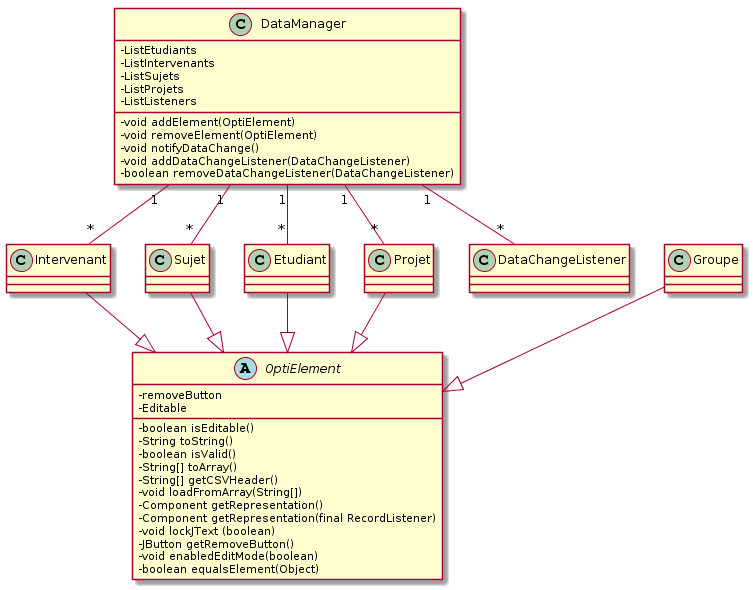
Earlier version of the PlantUML export sprint_5/srcdoc/images/HierachyClassSprint3.png (IUT-Blagnac/MPA2014G1B1).
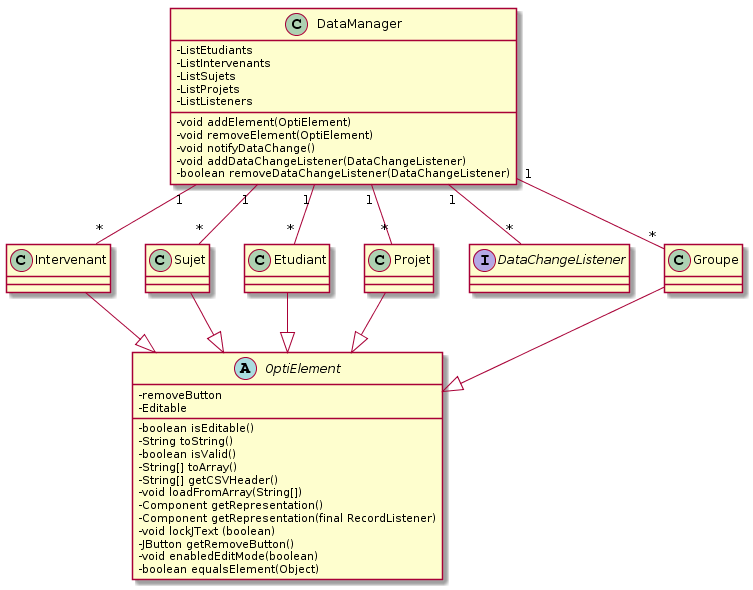
Later version of the same file.

What changed in the source:
```diff
@@ -1,5 +1,4 @@
 @startuml
-
 skinparam classAttributeIconSize 0
 
 abstract class OptiElement {
@@ -36,6 +35,10 @@
 
 }
 
+interface DataChangeListener{
+
+}
+
 class DataManager {
   - ListEtudiants
   - ListIntervenants
@@ -60,4 +63,5 @@
 DataManager "1" -- "*" Etudiant
 DataManager "1" -- "*" Projet
 DataManager "1" -- "*" DataChangeListener
+DataManager "1" -- "*" Groupe
 @enduml
```
